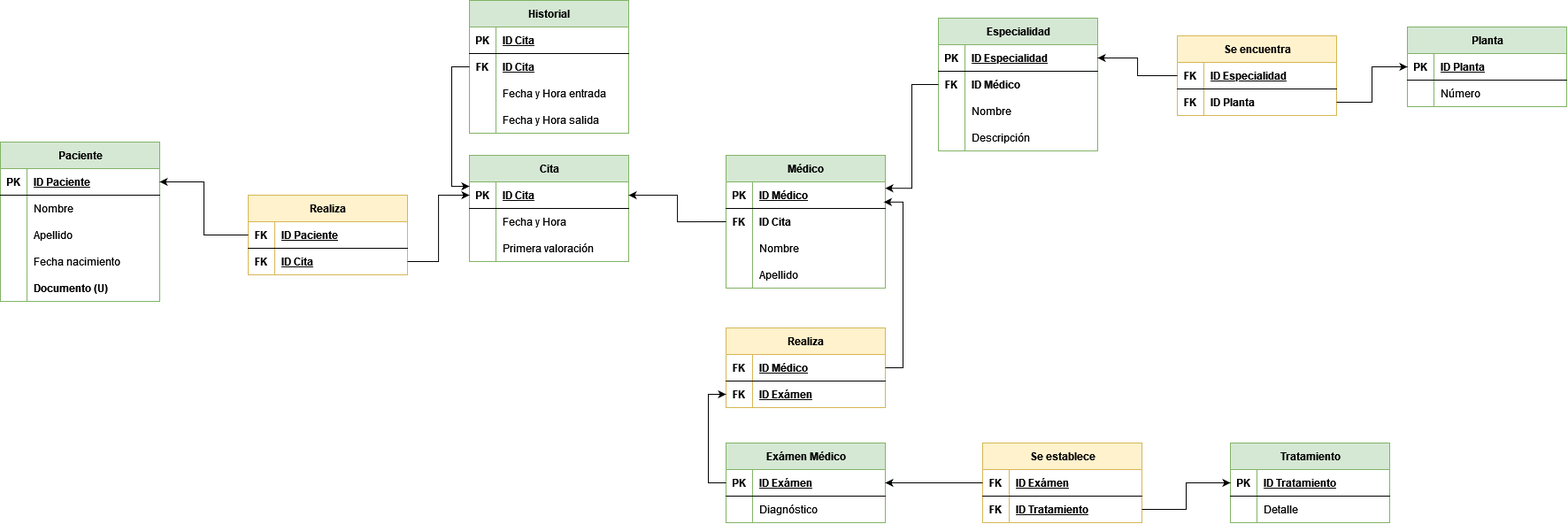
Above: diagrama_er.drawio.png in dawproyectos/proyecto_bae (draw.io), before the change. Source tidied: cells renumbered, new cells last; positions are measured from the earlier drawing's top-left corner, leaving out a move shared by most shapes.
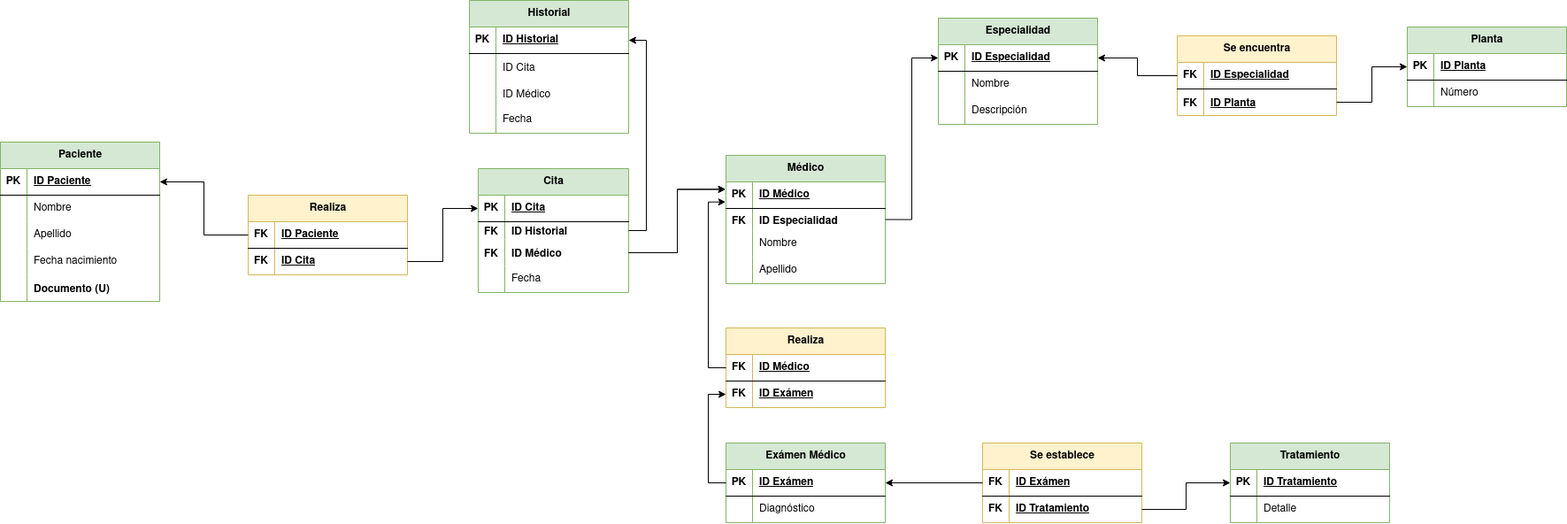
After the change.

Change to the diagram source:
```diff
@@ -75,35 +75,44 @@
       <mxGeometry relative="1" as="geometry" />
     </mxCell>
     <mxCell id="26" value="Cita" style="shape=table;startSize=30;rowLines=0;fontStyle=1;align=center;html=1;fillColor=#d5e8d4;strokeColor=#82b366;" parent="1" vertex="1">
-      <mxGeometry x="530" y="175" width="180" height="120" as="geometry" />
+      <mxGeometry x="540" y="190" width="170" height="140" as="geometry" />
     </mxCell>
     <mxCell id="27" style="shape=tableRow;horizontal=0;startSize=0;swimlaneHead=0;swimlaneBody=0;fillColor=none;points=[[0,0.5],[1,0.5]];portConstraint=eastwest;top=0;left=0;right=0;bottom=1;" parent="26" vertex="1">
-      <mxGeometry y="30" width="180" height="30" as="geometry" />
+      <mxGeometry y="30" width="170" height="30" as="geometry" />
     </mxCell>
     <mxCell id="28" value="PK" style="shape=partialRectangle;fillColor=none;top=0;left=0;bottom=0;right=0;fontStyle=1;overflow=hidden;whiteSpace=wrap;html=1;" parent="27" vertex="1">
       <mxGeometry width="30" height="30" as="geometry" />
     </mxCell>
     <mxCell id="29" value="ID Cita" style="shape=partialRectangle;fillColor=none;top=0;left=0;bottom=0;right=0;align=left;spacingLeft=6;fontStyle=5;overflow=hidden;whiteSpace=wrap;html=1;" parent="27" vertex="1">
-      <mxGeometry x="30" width="150" height="30" as="geometry" />
+      <mxGeometry x="30" width="140" height="30" as="geometry" />
     </mxCell>
+    <mxCell id="127" style="shape=tableRow;horizontal=0;startSize=0;swimlaneHead=0;swimlaneBody=0;fillColor=none;points=[[0,0.5],[1,0.5]];portConstraint=eastwest;top=0;left=0;right=0;bottom=0;" parent="26" vertex="1">
+      <mxGeometry y="60" width="170" height="20" as="geometry" />
+    </mxCell>
+    <mxCell id="128" value="FK" style="shape=partialRectangle;fillColor=none;top=0;left=0;bottom=0;right=0;overflow=hidden;fontStyle=1;" parent="127" vertex="1">
+      <mxGeometry width="30" height="20" as="geometry" />
+    </mxCell>
+    <mxCell id="129" value="ID Historial" style="shape=partialRectangle;fillColor=none;top=0;left=0;bottom=0;right=0;align=left;spacingLeft=6;overflow=hidden;fontStyle=1;" parent="127" vertex="1">
+      <mxGeometry x="30" width="140" height="20" as="geometry" />
+    </mxCell>
+    <mxCell id="130" style="shape=tableRow;horizontal=0;startSize=0;swimlaneHead=0;swimlaneBody=0;fillColor=none;points=[[0,0.5],[1,0.5]];portConstraint=eastwest;top=0;left=0;right=0;bottom=0;" parent="26" vertex="1">
+      <mxGeometry y="80" width="170" height="30" as="geometry" />
+    </mxCell>
+    <mxCell id="131" value="FK" style="shape=partialRectangle;fillColor=none;top=0;left=0;bottom=0;right=0;overflow=hidden;fontStyle=1;" parent="130" vertex="1">
+      <mxGeometry width="30" height="30" as="geometry" />
+    </mxCell>
+    <mxCell id="71" value="ID Médico" style="shape=partialRectangle;fillColor=none;top=0;left=0;bottom=0;right=0;align=left;spacingLeft=6;overflow=hidden;fontStyle=1;" parent="130" vertex="1">
+      <mxGeometry x="30" width="140" height="30" as="geometry" />
+    </mxCell>
     <mxCell id="30" style="shape=tableRow;horizontal=0;startSize=0;swimlaneHead=0;swimlaneBody=0;fillColor=none;top=0;left=0;right=0;bottom=0;" parent="26" vertex="1">
-      <mxGeometry y="60" width="180" height="30" as="geometry" />
+      <mxGeometry y="110" width="170" height="30" as="geometry" />
     </mxCell>
     <mxCell id="31" style="shape=partialRectangle;fillColor=none;top=0;left=0;bottom=0;right=0;overflow=hidden;whiteSpace=wrap;html=1;" parent="30" vertex="1">
       <mxGeometry width="30" height="30" as="geometry" />
     </mxCell>
-    <mxCell id="32" value="Fecha y Hora" style="shape=partialRectangle;fillColor=none;top=0;left=0;bottom=0;right=0;align=left;spacingLeft=6;overflow=hidden;whiteSpace=wrap;html=1;" parent="30" vertex="1">
-      <mxGeometry x="30" width="150" height="30" as="geometry" />
+    <mxCell id="32" value="Fecha " style="shape=partialRectangle;fillColor=none;top=0;left=0;bottom=0;right=0;align=left;spacingLeft=6;overflow=hidden;whiteSpace=wrap;html=1;" parent="30" vertex="1">
+      <mxGeometry x="30" width="140" height="30" as="geometry" />
     </mxCell>
-    <mxCell id="33" style="shape=tableRow;horizontal=0;startSize=0;swimlaneHead=0;swimlaneBody=0;fillColor=none;top=0;left=0;right=0;bottom=0;" parent="26" vertex="1">
-      <mxGeometry y="90" width="180" height="30" as="geometry" />
-    </mxCell>
-    <mxCell id="34" style="shape=partialRectangle;fillColor=none;top=0;left=0;bottom=0;right=0;overflow=hidden;whiteSpace=wrap;html=1;" parent="33" vertex="1">
-      <mxGeometry width="30" height="30" as="geometry" />
-    </mxCell>
-    <mxCell id="35" value="Primera valoración" style="shape=partialRectangle;fillColor=none;top=0;left=0;bottom=0;right=0;align=left;spacingLeft=6;overflow=hidden;whiteSpace=wrap;html=1;" parent="33" vertex="1">
-      <mxGeometry x="30" width="150" height="30" as="geometry" />
-    </mxCell>
     <mxCell id="36" style="edgeStyle=orthogonalEdgeStyle;rounded=0;jettySize=auto;html=1;exitX=1;exitY=0.5;exitDx=0;exitDy=0;entryX=0;entryY=0.5;entryDx=0;entryDy=0;" parent="1" edge="1" source="22" target="27">
       <mxGeometry relative="1" as="geometry" />
     </mxCell>
@@ -116,41 +125,38 @@
     <mxCell id="39" value="PK" style="shape=partialRectangle;fillColor=none;top=0;left=0;bottom=0;right=0;fontStyle=1;overflow=hidden;whiteSpace=wrap;html=1;" parent="38" vertex="1">
       <mxGeometry width="30" height="30" as="geometry" />
     </mxCell>
-    <mxCell id="40" value="ID Cita" style="shape=partialRectangle;fillColor=none;top=0;left=0;bottom=0;right=0;align=left;spacingLeft=6;fontStyle=5;overflow=hidden;whiteSpace=wrap;html=1;" parent="38" vertex="1">
+    <mxCell id="40" value="ID Historial" style="shape=partialRectangle;fillColor=none;top=0;left=0;bottom=0;right=0;align=left;spacingLeft=6;fontStyle=5;overflow=hidden;whiteSpace=wrap;html=1;" parent="38" vertex="1">
       <mxGeometry x="30" width="150" height="30" as="geometry" />
     </mxCell>
     <mxCell id="41" style="shape=tableRow;horizontal=0;startSize=0;swimlaneHead=0;swimlaneBody=0;fillColor=none;points=[[0,0.5],[1,0.5]];portConstraint=eastwest;top=0;left=0;right=0;bottom=0;" parent="37" vertex="1">
       <mxGeometry y="60" width="180" height="30" as="geometry" />
     </mxCell>
-    <mxCell id="42" value="FK" style="shape=partialRectangle;fillColor=none;top=0;left=0;bottom=0;right=0;overflow=hidden;fontStyle=1;" parent="41" vertex="1">
+    <mxCell id="42" style="shape=partialRectangle;fillColor=none;top=0;left=0;bottom=0;right=0;overflow=hidden;fontStyle=1;" parent="41" vertex="1">
       <mxGeometry width="30" height="30" as="geometry" />
     </mxCell>
-    <mxCell id="43" value="ID Cita" style="shape=partialRectangle;fillColor=none;top=0;left=0;bottom=0;right=0;align=left;spacingLeft=6;overflow=hidden;fontStyle=5;" parent="41" vertex="1">
+    <mxCell id="43" value="ID Cita" style="shape=partialRectangle;fillColor=none;top=0;left=0;bottom=0;right=0;align=left;spacingLeft=6;overflow=hidden;fontStyle=0;" parent="41" vertex="1">
       <mxGeometry x="30" width="150" height="30" as="geometry" />
     </mxCell>
+    <mxCell id="33" style="shape=tableRow;horizontal=0;startSize=0;swimlaneHead=0;swimlaneBody=0;fillColor=none;top=0;left=0;right=0;bottom=0;" parent="37" vertex="1">
+      <mxGeometry y="90" width="180" height="30" as="geometry" />
+    </mxCell>
+    <mxCell id="132" style="shape=partialRectangle;fillColor=none;top=0;left=0;bottom=0;right=0;overflow=hidden;fontStyle=1;" parent="33" vertex="1">
+      <mxGeometry width="30" height="30" as="geometry" />
+    </mxCell>
+    <mxCell id="133" value="ID Médico" style="shape=partialRectangle;fillColor=none;top=0;left=0;bottom=0;right=0;align=left;spacingLeft=6;overflow=hidden;fontStyle=0;" parent="33" vertex="1">
+      <mxGeometry x="30" width="150" height="30" as="geometry" />
+    </mxCell>
     <mxCell id="44" style="shape=tableRow;horizontal=0;startSize=0;swimlaneHead=0;swimlaneBody=0;fillColor=none;top=0;left=0;right=0;bottom=0;" parent="37" vertex="1">
-      <mxGeometry y="90" width="180" height="30" as="geometry" />
+      <mxGeometry y="120" width="180" height="30" as="geometry" />
     </mxCell>
     <mxCell id="45" style="shape=partialRectangle;fillColor=none;top=0;left=0;bottom=0;right=0;overflow=hidden;whiteSpace=wrap;html=1;" parent="44" vertex="1">
       <mxGeometry width="30" height="30" as="geometry" />
     </mxCell>
-    <mxCell id="46" value="Fecha y Hora entrada" style="shape=partialRectangle;fillColor=none;top=0;left=0;bottom=0;right=0;align=left;spacingLeft=6;overflow=hidden;whiteSpace=wrap;html=1;" parent="44" vertex="1">
+    <mxCell id="46" value="Fecha " style="shape=partialRectangle;fillColor=none;top=0;left=0;bottom=0;right=0;align=left;spacingLeft=6;overflow=hidden;whiteSpace=wrap;html=1;" parent="44" vertex="1">
       <mxGeometry x="30" width="150" height="30" as="geometry" />
     </mxCell>
-    <mxCell id="47" style="shape=tableRow;horizontal=0;startSize=0;swimlaneHead=0;swimlaneBody=0;fillColor=none;top=0;left=0;right=0;bottom=0;" parent="37" vertex="1">
-      <mxGeometry y="120" width="180" height="30" as="geometry" />
-    </mxCell>
-    <mxCell id="48" style="shape=partialRectangle;fillColor=none;top=0;left=0;bottom=0;right=0;overflow=hidden;whiteSpace=wrap;html=1;" parent="47" vertex="1">
-      <mxGeometry width="30" height="30" as="geometry" />
-    </mxCell>
-    <mxCell id="49" value="Fecha y Hora salida" style="shape=partialRectangle;fillColor=none;top=0;left=0;bottom=0;right=0;align=left;spacingLeft=6;overflow=hidden;whiteSpace=wrap;html=1;" parent="47" vertex="1">
-      <mxGeometry x="30" width="150" height="30" as="geometry" />
-    </mxCell>
-    <mxCell id="50" style="edgeStyle=orthogonalEdgeStyle;rounded=0;jettySize=auto;html=1;exitX=0;exitY=0.5;exitDx=0;exitDy=0;entryX=0;entryY=0.167;entryDx=0;entryDy=0;entryPerimeter=0;" parent="1" edge="1" source="41" target="27">
-      <mxGeometry relative="1" as="geometry" />
-    </mxCell>
     <mxCell id="51" value="Médico" style="shape=table;startSize=30;rowLines=0;fontStyle=1;align=center;html=1;fillColor=#d5e8d4;strokeColor=#82b366;" parent="1" vertex="1">
-      <mxGeometry x="820" y="175" width="180" height="150" as="geometry" />
+      <mxGeometry x="820" y="175" width="180" height="145" as="geometry" />
     </mxCell>
     <mxCell id="52" style="shape=tableRow;horizontal=0;startSize=0;swimlaneHead=0;swimlaneBody=0;fillColor=none;points=[[0,0.5],[1,0.5]];portConstraint=eastwest;top=0;left=0;right=0;bottom=1;" parent="51" vertex="1">
       <mxGeometry y="30" width="180" height="30" as="geometry" />
@@ -161,17 +167,17 @@
     <mxCell id="54" value="ID Médico" style="shape=partialRectangle;fillColor=none;top=0;left=0;bottom=0;right=0;align=left;spacingLeft=6;fontStyle=5;overflow=hidden;whiteSpace=wrap;html=1;" parent="52" vertex="1">
       <mxGeometry x="30" width="150" height="30" as="geometry" />
     </mxCell>
-    <mxCell id="55" style="shape=tableRow;horizontal=0;startSize=0;swimlaneHead=0;swimlaneBody=0;fillColor=none;points=[[0,0.5],[1,0.5]];portConstraint=eastwest;top=0;left=0;right=0;bottom=0;" parent="51" vertex="1">
-      <mxGeometry y="60" width="180" height="30" as="geometry" />
-    </mxCell>
-    <mxCell id="56" value="FK" style="shape=partialRectangle;fillColor=none;top=0;left=0;bottom=0;right=0;overflow=hidden;fontStyle=1;" parent="55" vertex="1">
-      <mxGeometry width="30" height="30" as="geometry" />
-    </mxCell>
-    <mxCell id="57" value="ID Cita" style="shape=partialRectangle;fillColor=none;top=0;left=0;bottom=0;right=0;align=left;spacingLeft=6;overflow=hidden;fontStyle=1;" parent="55" vertex="1">
-      <mxGeometry x="30" width="150" height="30" as="geometry" />
-    </mxCell>
+    <mxCell id="134" style="shape=tableRow;horizontal=0;startSize=0;swimlaneHead=0;swimlaneBody=0;fillColor=none;points=[[0,0.5],[1,0.5]];portConstraint=eastwest;top=0;left=0;right=0;bottom=0;" parent="51" vertex="1">
+      <mxGeometry y="60" width="180" height="25" as="geometry" />
+    </mxCell>
+    <mxCell id="135" value="FK" style="shape=partialRectangle;fillColor=none;top=0;left=0;bottom=0;right=0;overflow=hidden;fontStyle=1;" parent="134" vertex="1">
+      <mxGeometry width="30" height="25" as="geometry" />
+    </mxCell>
+    <mxCell id="136" value="ID Especialidad" style="shape=partialRectangle;fillColor=none;top=0;left=0;bottom=0;right=0;align=left;spacingLeft=6;overflow=hidden;fontStyle=1;" parent="134" vertex="1">
+      <mxGeometry x="30" width="150" height="25" as="geometry" />
+    </mxCell>
     <mxCell id="58" style="shape=tableRow;horizontal=0;startSize=0;swimlaneHead=0;swimlaneBody=0;fillColor=none;top=0;left=0;right=0;bottom=0;" parent="51" vertex="1">
-      <mxGeometry y="90" width="180" height="30" as="geometry" />
+      <mxGeometry y="85" width="180" height="30" as="geometry" />
     </mxCell>
     <mxCell id="59" style="shape=partialRectangle;fillColor=none;top=0;left=0;bottom=0;right=0;overflow=hidden;whiteSpace=wrap;html=1;" parent="58" vertex="1">
       <mxGeometry width="30" height="30" as="geometry" />
@@ -180,7 +186,7 @@
       <mxGeometry x="30" width="150" height="30" as="geometry" />
     </mxCell>
     <mxCell id="61" style="shape=tableRow;horizontal=0;startSize=0;swimlaneHead=0;swimlaneBody=0;fillColor=none;top=0;left=0;right=0;bottom=0;" parent="51" vertex="1">
-      <mxGeometry y="120" width="180" height="30" as="geometry" />
+      <mxGeometry y="115" width="180" height="30" as="geometry" />
     </mxCell>
     <mxCell id="62" style="shape=partialRectangle;fillColor=none;top=0;left=0;bottom=0;right=0;overflow=hidden;whiteSpace=wrap;html=1;" parent="61" vertex="1">
       <mxGeometry width="30" height="30" as="geometry" />
@@ -188,11 +194,8 @@
     <mxCell id="63" value="Apellido" style="shape=partialRectangle;fillColor=none;top=0;left=0;bottom=0;right=0;align=left;spacingLeft=6;overflow=hidden;whiteSpace=wrap;html=1;" parent="61" vertex="1">
       <mxGeometry x="30" width="150" height="30" as="geometry" />
     </mxCell>
-    <mxCell id="64" style="edgeStyle=orthogonalEdgeStyle;rounded=0;jettySize=auto;html=1;exitX=0;exitY=0.5;exitDx=0;exitDy=0;" parent="1" edge="1" source="55" target="27">
-      <mxGeometry relative="1" as="geometry" />
-    </mxCell>
     <mxCell id="65" value="Especialidad" style="shape=table;startSize=30;rowLines=0;fontStyle=1;align=center;html=1;fillColor=#d5e8d4;strokeColor=#82b366;" parent="1" vertex="1">
-      <mxGeometry x="1060" y="20" width="180" height="150" as="geometry" />
+      <mxGeometry x="1060" y="20" width="180" height="120" as="geometry" />
     </mxCell>
     <mxCell id="66" style="shape=tableRow;horizontal=0;startSize=0;swimlaneHead=0;swimlaneBody=0;fillColor=none;points=[[0,0.5],[1,0.5]];portConstraint=eastwest;top=0;left=0;right=0;bottom=1;" parent="65" vertex="1">
       <mxGeometry y="30" width="180" height="30" as="geometry" />
@@ -203,17 +206,8 @@
     <mxCell id="68" value="ID Especialidad" style="shape=partialRectangle;fillColor=none;top=0;left=0;bottom=0;right=0;align=left;spacingLeft=6;fontStyle=5;overflow=hidden;whiteSpace=wrap;html=1;" parent="66" vertex="1">
       <mxGeometry x="30" width="150" height="30" as="geometry" />
     </mxCell>
-    <mxCell id="69" style="shape=tableRow;horizontal=0;startSize=0;swimlaneHead=0;swimlaneBody=0;fillColor=none;points=[[0,0.5],[1,0.5]];portConstraint=eastwest;top=0;left=0;right=0;bottom=0;" parent="65" vertex="1">
-      <mxGeometry y="60" width="180" height="30" as="geometry" />
-    </mxCell>
-    <mxCell id="70" value="FK" style="shape=partialRectangle;fillColor=none;top=0;left=0;bottom=0;right=0;overflow=hidden;fontStyle=1;" parent="69" vertex="1">
-      <mxGeometry width="30" height="30" as="geometry" />
-    </mxCell>
-    <mxCell id="71" value="ID Médico" style="shape=partialRectangle;fillColor=none;top=0;left=0;bottom=0;right=0;align=left;spacingLeft=6;overflow=hidden;fontStyle=1;" parent="69" vertex="1">
-      <mxGeometry x="30" width="150" height="30" as="geometry" />
-    </mxCell>
     <mxCell id="72" style="shape=tableRow;horizontal=0;startSize=0;swimlaneHead=0;swimlaneBody=0;fillColor=none;top=0;left=0;right=0;bottom=0;" parent="65" vertex="1">
-      <mxGeometry y="90" width="180" height="30" as="geometry" />
+      <mxGeometry y="60" width="180" height="30" as="geometry" />
     </mxCell>
     <mxCell id="73" style="shape=partialRectangle;fillColor=none;top=0;left=0;bottom=0;right=0;overflow=hidden;whiteSpace=wrap;html=1;" parent="72" vertex="1">
       <mxGeometry width="30" height="30" as="geometry" />
@@ -222,7 +216,7 @@
       <mxGeometry x="30" width="150" height="30" as="geometry" />
     </mxCell>
     <mxCell id="75" style="shape=tableRow;horizontal=0;startSize=0;swimlaneHead=0;swimlaneBody=0;fillColor=none;top=0;left=0;right=0;bottom=0;" parent="65" vertex="1">
-      <mxGeometry y="120" width="180" height="30" as="geometry" />
+      <mxGeometry y="90" width="180" height="30" as="geometry" />
     </mxCell>
     <mxCell id="76" style="shape=partialRectangle;fillColor=none;top=0;left=0;bottom=0;right=0;overflow=hidden;whiteSpace=wrap;html=1;" parent="75" vertex="1">
       <mxGeometry width="30" height="30" as="geometry" />
@@ -248,7 +242,7 @@
     <mxCell id="83" value="FK" style="shape=partialRectangle;fillColor=none;top=0;left=0;bottom=0;right=0;overflow=hidden;fontStyle=1;" parent="82" vertex="1">
       <mxGeometry width="30" height="30" as="geometry" />
     </mxCell>
-    <mxCell id="84" value="ID Planta" style="shape=partialRectangle;fillColor=none;top=0;left=0;bottom=0;right=0;align=left;spacingLeft=6;overflow=hidden;fontStyle=1;" parent="82" vertex="1">
+    <mxCell id="84" value="ID Planta" style="shape=partialRectangle;fillColor=none;top=0;left=0;bottom=0;right=0;align=left;spacingLeft=6;overflow=hidden;fontStyle=5;" parent="82" vertex="1">
       <mxGeometry x="30" width="150" height="30" as="geometry" />
     </mxCell>
     <mxCell id="85" style="edgeStyle=orthogonalEdgeStyle;rounded=0;jettySize=auto;html=1;exitX=0;exitY=0.5;exitDx=0;exitDy=0;" parent="1" edge="1" source="79" target="66">
@@ -299,12 +293,6 @@
     <mxCell id="100" value="&lt;b&gt;&lt;u&gt;ID Exámen&lt;/u&gt;&lt;/b&gt;" style="shape=partialRectangle;fillColor=none;top=0;left=0;bottom=0;right=0;align=left;spacingLeft=6;overflow=hidden;whiteSpace=wrap;html=1;" parent="98" vertex="1">
       <mxGeometry x="30" width="150" height="30" as="geometry" />
     </mxCell>
-    <mxCell id="101" style="edgeStyle=orthogonalEdgeStyle;rounded=0;jettySize=auto;html=1;exitX=0;exitY=0.5;exitDx=0;exitDy=0;entryX=1;entryY=0.24;entryDx=0;entryDy=0;entryPerimeter=0;" parent="1" edge="1" source="69" target="52">
-      <mxGeometry relative="1" as="geometry" />
-    </mxCell>
-    <mxCell id="102" style="edgeStyle=orthogonalEdgeStyle;rounded=0;jettySize=auto;html=1;exitX=1;exitY=0.5;exitDx=0;exitDy=0;entryX=0.991;entryY=0.76;entryDx=0;entryDy=0;entryPerimeter=0;" parent="1" edge="1" source="95" target="52">
-      <mxGeometry relative="1" as="geometry" />
-    </mxCell>
     <mxCell id="103" value="Exámen Médico" style="shape=table;startSize=30;rowLines=0;fontStyle=1;align=center;html=1;fillColor=#d5e8d4;strokeColor=#82b366;" parent="1" vertex="1">
       <mxGeometry x="820" y="500" width="180" height="90" as="geometry" />
     </mxCell>
@@ -377,5 +365,20 @@
     <mxCell id="126" style="edgeStyle=orthogonalEdgeStyle;rounded=0;jettySize=auto;html=1;exitX=1;exitY=0.5;exitDx=0;exitDy=0;" parent="1" edge="1" source="115" target="120">
       <mxGeometry relative="1" as="geometry" />
     </mxCell>
+    <mxCell id="137" style="edgeStyle=orthogonalEdgeStyle;rounded=0;jettySize=auto;html=1;exitX=1;exitY=0.5;exitDx=0;exitDy=0;entryX=0.002;entryY=0.786;entryDx=0;entryDy=0;entryPerimeter=0;" parent="1" edge="1" source="130" target="52">
+      <mxGeometry relative="1" as="geometry" />
+    </mxCell>
+    <mxCell id="138" style="edgeStyle=orthogonalEdgeStyle;rounded=0;jettySize=auto;html=1;exitX=1;exitY=0.5;exitDx=0;exitDy=0;" parent="1" edge="1" source="127" target="38">
+      <mxGeometry relative="1" as="geometry" />
+    </mxCell>
+    <mxCell id="139" style="edgeStyle=orthogonalEdgeStyle;rounded=0;jettySize=auto;html=1;exitX=1;exitY=0.5;exitDx=0;exitDy=0;entryX=-0.002;entryY=0.279;entryDx=0;entryDy=0;entryPerimeter=0;" parent="1" edge="1" source="130" target="52">
+      <mxGeometry relative="1" as="geometry" />
+    </mxCell>
+    <mxCell id="102" style="edgeStyle=orthogonalEdgeStyle;rounded=0;jettySize=auto;html=1;exitX=0;exitY=0.5;exitDx=0;exitDy=0;entryX=-0.002;entryY=0.756;entryDx=0;entryDy=0;entryPerimeter=0;" parent="1" edge="1" source="95" target="52">
+      <mxGeometry relative="1" as="geometry" />
+    </mxCell>
+    <mxCell id="140" style="edgeStyle=orthogonalEdgeStyle;rounded=0;jettySize=auto;html=1;exitX=1;exitY=0.5;exitDx=0;exitDy=0;entryX=0;entryY=0.5;entryDx=0;entryDy=0;" parent="1" edge="1" source="134" target="66">
+      <mxGeometry relative="1" as="geometry" />
+    </mxCell>
   </root>
 </mxGraphModel>
```
